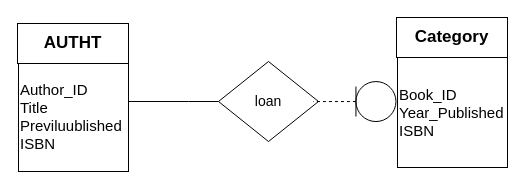
Above: ER_Diagram-for-libarary-management-System.drawio in hussaini021/Library_management (draw.io), before the change. Source tidied: cells renumbered, new cells numbered last; positions are measured from the earlier drawing's top-left corner, leaving out a move shared by most shapes. Both pictures are drawn from the tidied source at 100%, with x=0, y=0 at pixel (17, 17).
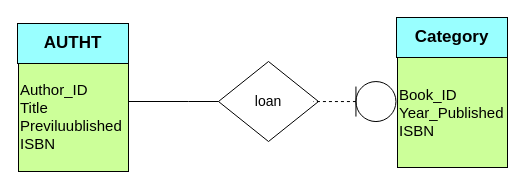
The same diagram, later.

Diff of the diagram source:
```diff
@@
 <mxGraphModel>
   <root>
     <mxCell id="0" />
     <mxCell id="1" parent="0" />
     <mxCell id="2" value="&lt;font style=&quot;font-size: 14px;&quot;&gt;loan&lt;/font&gt;" style="rhombus;whiteSpace=wrap;html=1;" parent="1" vertex="1">
       <mxGeometry x="201" y="44" width="100" height="80" as="geometry" />
     </mxCell>
-    <mxCell id="3" value="&lt;font style=&quot;font-size: 15px;&quot;&gt;Author_ID&lt;/font&gt;&lt;div&gt;&lt;font style=&quot;font-size: 15px;&quot;&gt;Title&lt;/font&gt;&lt;/div&gt;&lt;div&gt;&lt;font style=&quot;font-size: 15px;&quot;&gt;Previluublished&lt;/font&gt;&lt;/div&gt;&lt;div&gt;&lt;font style=&quot;font-size: 15px;&quot;&gt;ISBN&lt;/font&gt;&lt;/div&gt;" style="whiteSpace=wrap;html=1;align=left;" parent="1" vertex="1">
+    <mxCell id="3" value="&lt;font style=&quot;font-size: 15px;&quot;&gt;Author_ID&lt;/font&gt;&lt;div&gt;&lt;font style=&quot;font-size: 15px;&quot;&gt;Title&lt;/font&gt;&lt;/div&gt;&lt;div&gt;&lt;font style=&quot;font-size: 15px;&quot;&gt;Previluublished&lt;/font&gt;&lt;/div&gt;&lt;div&gt;&lt;font style=&quot;font-size: 15px;&quot;&gt;ISBN&lt;/font&gt;&lt;/div&gt;" style="whiteSpace=wrap;html=1;align=left;fillColor=#CCFF99;" parent="1" vertex="1">
       <mxGeometry x="1" y="44" width="110" height="110" as="geometry" />
     </mxCell>
-    <mxCell id="4" value="&lt;b&gt;&lt;font style=&quot;font-size: 17px;&quot;&gt;AUTHT&lt;/font&gt;&lt;/b&gt;" style="rounded=0;whiteSpace=wrap;html=1;" parent="1" vertex="1">
+    <mxCell id="4" value="&lt;b&gt;&lt;font style=&quot;font-size: 17px;&quot;&gt;AUTHT&lt;/font&gt;&lt;/b&gt;" style="rounded=0;whiteSpace=wrap;html=1;fillColor=#99FFFF;" parent="1" vertex="1">
       <mxGeometry y="6" width="111" height="40" as="geometry" />
     </mxCell>
     <mxCell id="5" style="endArrow=none;html=1;rounded=0;" parent="1" edge="1">
       <mxGeometry relative="1" as="geometry">
         <mxPoint x="111" y="84" as="sourcePoint" />
         <mxPoint x="201" y="84" as="targetPoint" />
         <Array as="points">
           <mxPoint x="171" y="84" />
         </Array>
       </mxGeometry>
     </mxCell>
     <mxCell id="6" style="shape=umlLifeline;perimeter=lifelinePerimeter;whiteSpace=wrap;html=1;newEdgeStyle={&quot;curved&quot;:0,&quot;rounded&quot;:0};participant=umlEntity;rotation=90;size=40;" parent="1" vertex="1">
       <mxGeometry x="317.2" y="42.8" width="40" height="82.5" as="geometry" />
     </mxCell>
-    <mxCell id="7" value="&lt;span style=&quot;font-size: 15px;&quot;&gt;Book_ID&lt;/span&gt;&lt;div&gt;&lt;span style=&quot;font-size: 15px;&quot;&gt;Year_Published&lt;/span&gt;&lt;/div&gt;&lt;div&gt;&lt;span style=&quot;font-size: 15px;&quot;&gt;ISBN&lt;/span&gt;&lt;/div&gt;" style="whiteSpace=wrap;html=1;align=left;" parent="1" vertex="1">
+    <mxCell id="7" value="&lt;span style=&quot;font-size: 15px;&quot;&gt;Book_ID&lt;/span&gt;&lt;div&gt;&lt;span style=&quot;font-size: 15px;&quot;&gt;Year_Published&lt;/span&gt;&lt;/div&gt;&lt;div&gt;&lt;span style=&quot;font-size: 15px;&quot;&gt;ISBN&lt;/span&gt;&lt;/div&gt;" style="whiteSpace=wrap;html=1;align=left;fillColor=#CCFF99;" parent="1" vertex="1">
       <mxGeometry x="380" y="40" width="110" height="110" as="geometry" />
     </mxCell>
-    <mxCell id="8" value="&lt;span style=&quot;font-size: 17px;&quot;&gt;&lt;b&gt;Category&lt;/b&gt;&lt;/span&gt;" style="rounded=0;whiteSpace=wrap;html=1;" parent="1" vertex="1">
+    <mxCell id="8" value="&lt;span style=&quot;font-size: 17px;&quot;&gt;&lt;b&gt;Category&lt;/b&gt;&lt;/span&gt;" style="rounded=0;whiteSpace=wrap;html=1;fillColor=#99FFFF;" parent="1" vertex="1">
       <mxGeometry x="379" width="111" height="40" as="geometry" />
     </mxCell>
   </root>
 </mxGraphModel>
```
